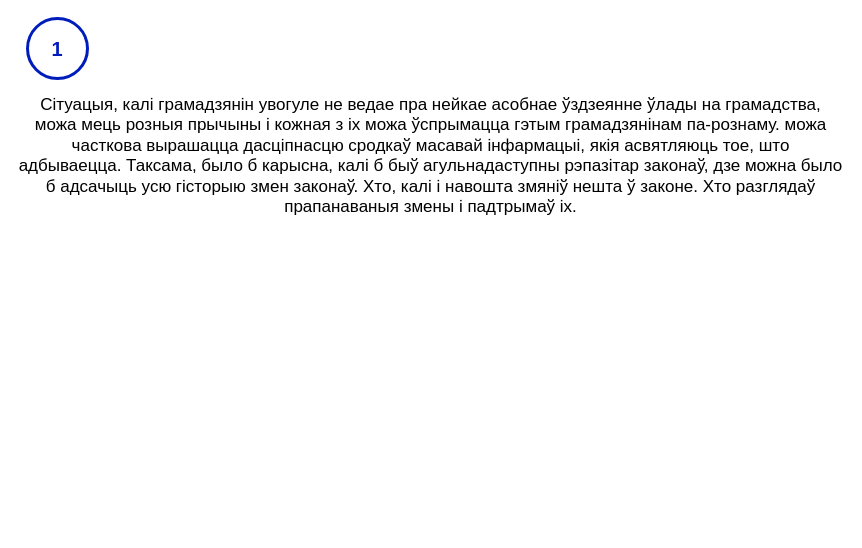
The draw.io diagram page "нататка-1" (2 of 2) of current-reality-tree/Дрэва цяперашняй рэальнасці.drawio in mshurkaeu-public/i-care.by, before the edit. Source tidied: cells renumbered, new cells numbered last; positions are measured from the earlier drawing's top-left corner, leaving out a move shared by most shapes. Both pictures are drawn from the tidied source at 100%, with x=0, y=0 at pixel (17, 18).
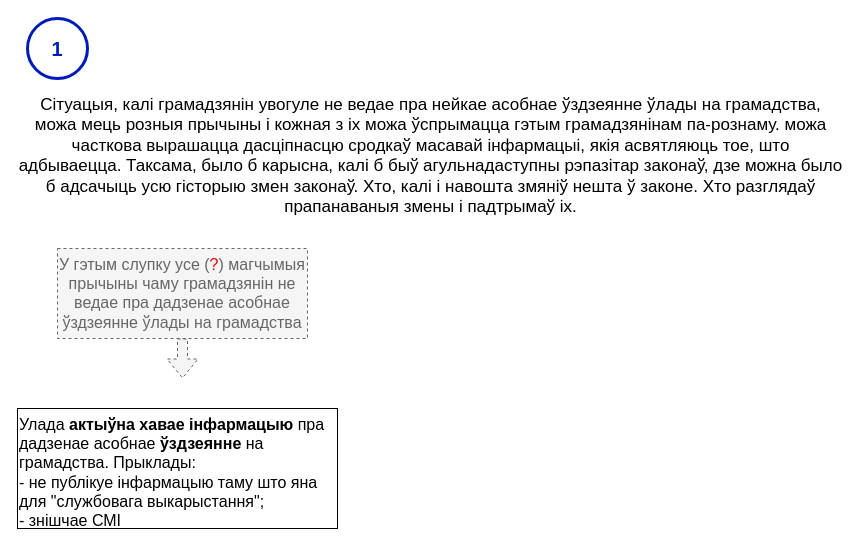
After the change.

Diff of the diagram source:
```diff
@@
 <mxGraphModel>
   <root>
     <mxCell id="0" />
     <mxCell id="1" parent="0" />
     <mxCell id="2" value="Сітуацыя, калі грамадзянін увогуле не ведае пра нейкае асобнае ўздзеянне ўлады на грамадства, можа мець розныя прычыны і кожная з іх можа ўспрымацца гэтым грамадзянінам па-рознаму. можа часткова вырашацца дасціпнасцю сродкаў масавай інфармацыі, якія асвятляюць тое, што адбываецца. Таксама, было б карысна, калі б быў агульнадаступны рэпазітар законаў, дзе можна было б адсачыць усю гісторыю змен законаў. Хто, калі і навошта змяніў нешта ў законе. Хто разглядаў прапанаваныя змены і падтрымаў іх." style="text;html=1;strokeColor=none;fillColor=none;align=center;verticalAlign=top;whiteSpace=wrap;rounded=0;fontSize=17;" parent="1" vertex="1">
       <mxGeometry y="70" width="827" height="120" as="geometry" />
     </mxCell>
     <mxCell id="3" style="verticalLabelPosition=bottom;verticalAlign=top;html=1;shape=mxgraph.flowchart.on-page_reference;strokeWidth=3;fillColor=none;fontColor=#ffffff;strokeColor=#001DBC;comic=0;" parent="1" vertex="1">
       <mxGeometry x="10" width="60" height="60" as="geometry" />
     </mxCell>
     <mxCell id="4" value="1" style="text;html=1;strokeColor=none;fillColor=none;align=center;verticalAlign=middle;whiteSpace=wrap;rounded=0;fontColor=#001DBC;fontSize=20;fontStyle=1;" parent="1" vertex="1">
       <mxGeometry x="10" y="15" width="60" height="30" as="geometry" />
     </mxCell>
+    <mxCell id="5" value="У гэтым слупку усе (&lt;font color=&quot;#ff0000&quot;&gt;?&lt;/font&gt;) магчымыя прычыны чаму грамадзянін не ведае пра дадзенае асобнае ўздзеянне ўлады на грамадства" style="text;html=1;strokeColor=#666666;fillColor=#f5f5f5;align=center;verticalAlign=top;whiteSpace=wrap;rounded=0;fontSize=16;fontColor=#666666;dashed=1;" parent="1" vertex="1">
+      <mxGeometry x="40" y="230" width="250" height="90" as="geometry" />
+    </mxCell>
+    <mxCell id="6" style="shape=flexArrow;endArrow=classic;html=1;rounded=0;exitX=0.5;exitY=1;exitDx=0;exitDy=0;fillColor=#f5f5f5;strokeColor=#666666;dashed=1;" parent="1" edge="1" source="5">
+      <mxGeometry relative="1" as="geometry">
+        <mxPoint x="165" y="360" as="targetPoint" />
+      </mxGeometry>
+    </mxCell>
+    <mxCell id="7" value="Улада &lt;b&gt;актыўна хавае інфармацыю&lt;/b&gt; пра дадзенае асобнае &lt;b&gt;ўздзеянне&lt;/b&gt; на грамадства. Прыклады:&lt;br&gt;- не публікуе інфармацыю таму што яна для &quot;службовага выкарыстання&quot;;&lt;br&gt;- знішчае СМІ " style="text;html=1;align=left;verticalAlign=top;whiteSpace=wrap;rounded=0;fontSize=16;strokeColor=default;" parent="1" vertex="1">
+      <mxGeometry y="390" width="320" height="120" as="geometry" />
+    </mxCell>
   </root>
 </mxGraphModel>
```
